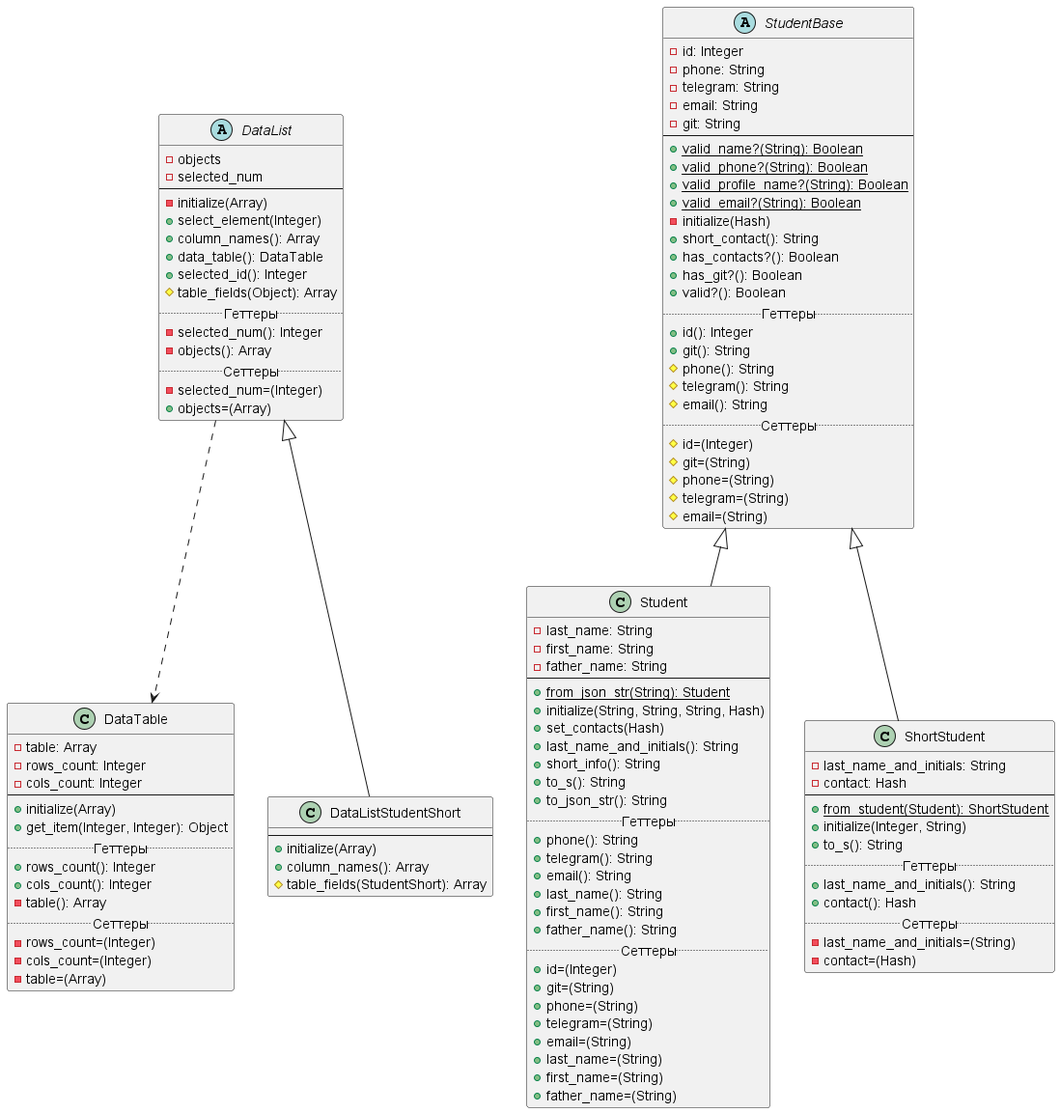
Above: Diagrams/lab2.png in r1411/PatternsLabs (PlantUML), before the change.
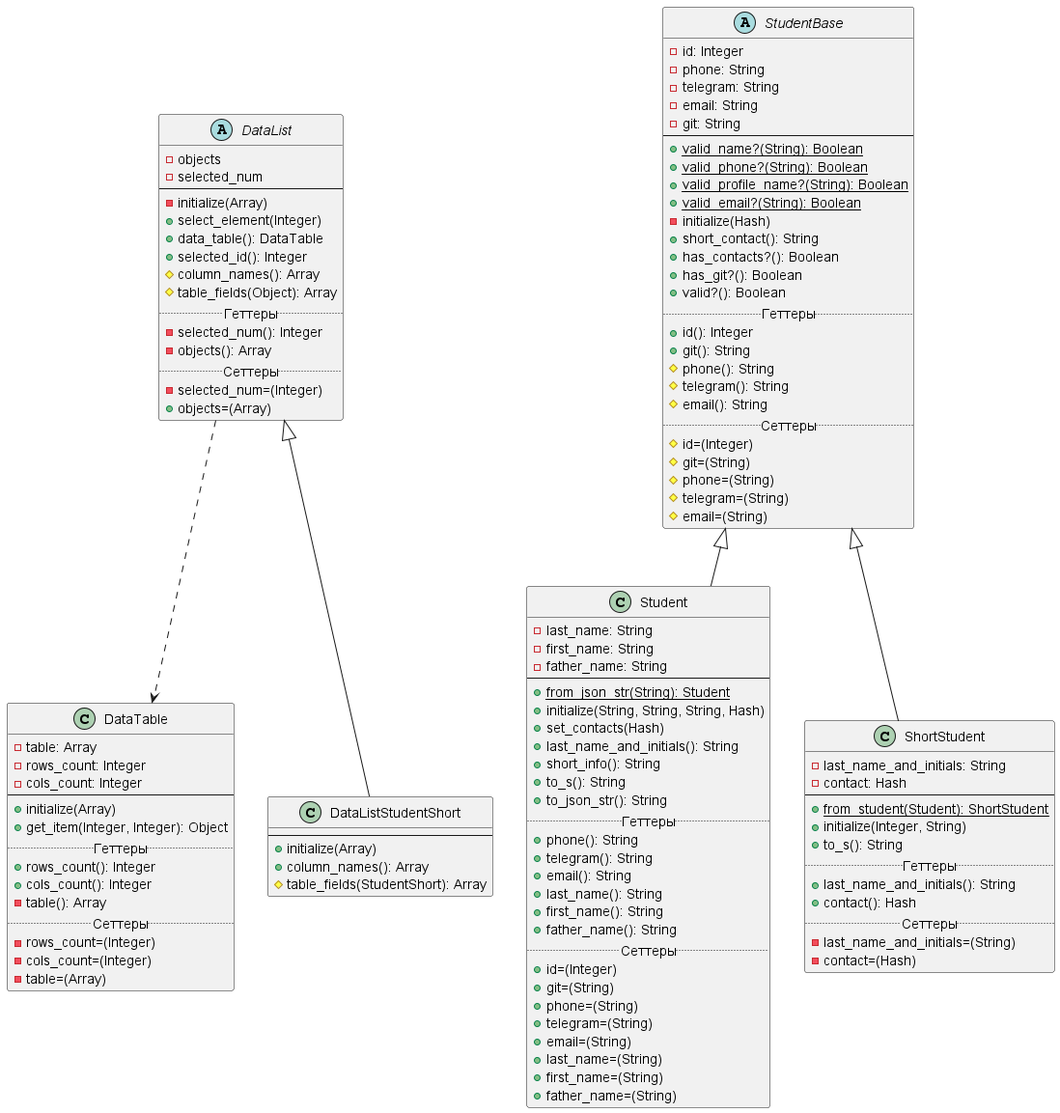
Later version of the same file.

What changed in the source:
```diff
@@ -100,9 +100,9 @@
     --
     -initialize(Array)
     +select_element(Integer)
-    +column_names(): Array
     +data_table(): DataTable
     +selected_id(): Integer
+    #column_names(): Array
     #table_fields(Object): Array
     .. Геттеры ..
     -selected_num(): Integer
```
